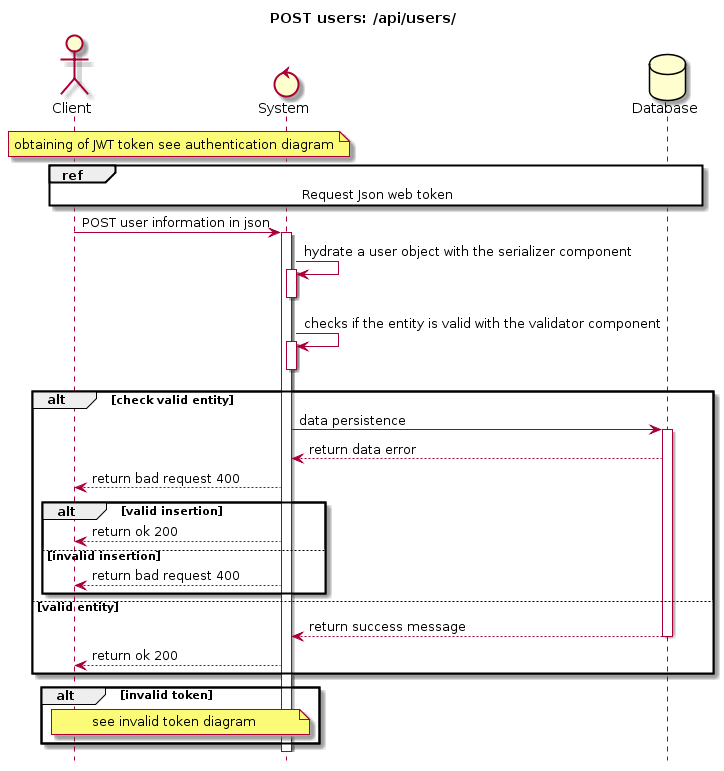
Above: docs/Uml/Diagram_sequences/Diagram_sequence_POST_user.png in siggwer/Bilemo (PlantUML), before the change.
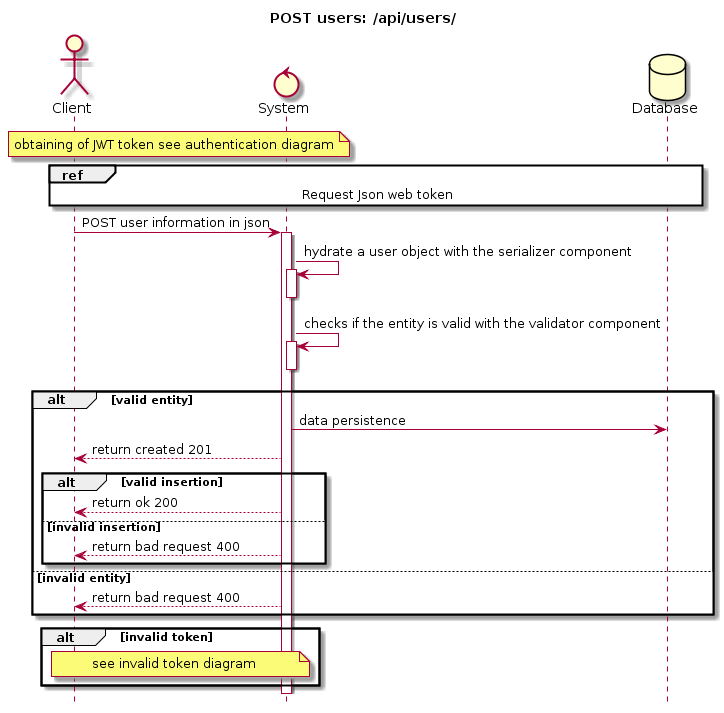
Above is the later version.

Diff of the diagram source:
```diff
@@ -22,20 +22,16 @@
 System -> System : checks if the entity is valid with the validator component
 activate System
 deactivate System
-alt check valid entity
+alt valid entity
     System -> Database : data persistence
-    activate Database
-    Database --> System : return data error
-    System --> Client : return bad request 400
+    System --> Client : return created 201
     alt valid insertion
-        System --> Client : return ok 200
+    System --> Client : return ok 200
     else invalid insertion
         System --> Client : return bad request 400
     end
-else valid entity
-    Database --> System : return success message
-    deactivate Database
-    System --> Client : return ok 200
+else invalid entity
+    System --> Client : return bad request 400
 end
 alt invalid token
 note over Client, System
```
